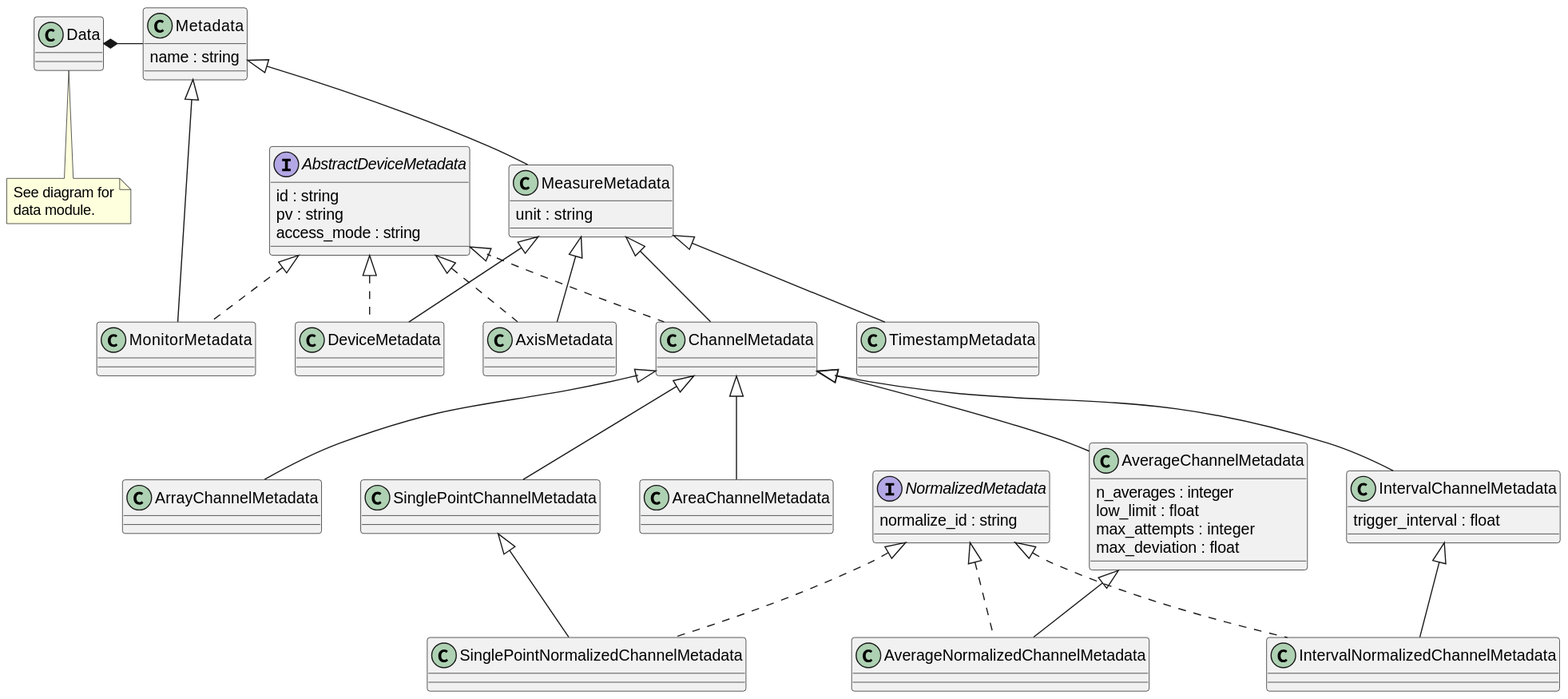
The PlantUML diagram docs/uml/evedata.evefile.metadata.svg in tillbiskup/evedata, before a commit.
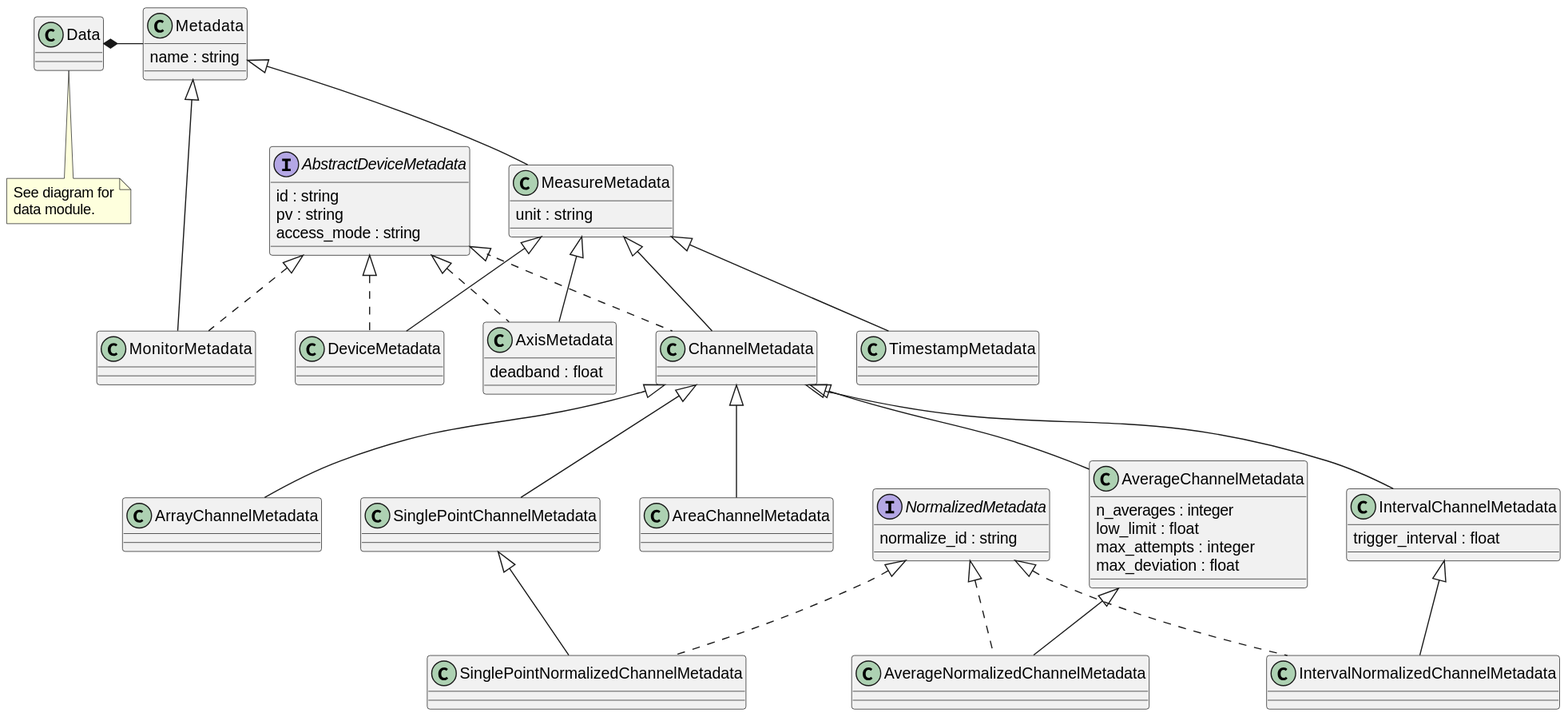
After the change.

Diff of the diagram source:
```diff
@@ -24,6 +24,7 @@
 }
 
 class AxisMetadata extends MeasureMetadata implements AbstractDeviceMetadata  {
+    deadband : float
 }
 
 class ChannelMetadata extends MeasureMetadata implements AbstractDeviceMetadata  {
```
